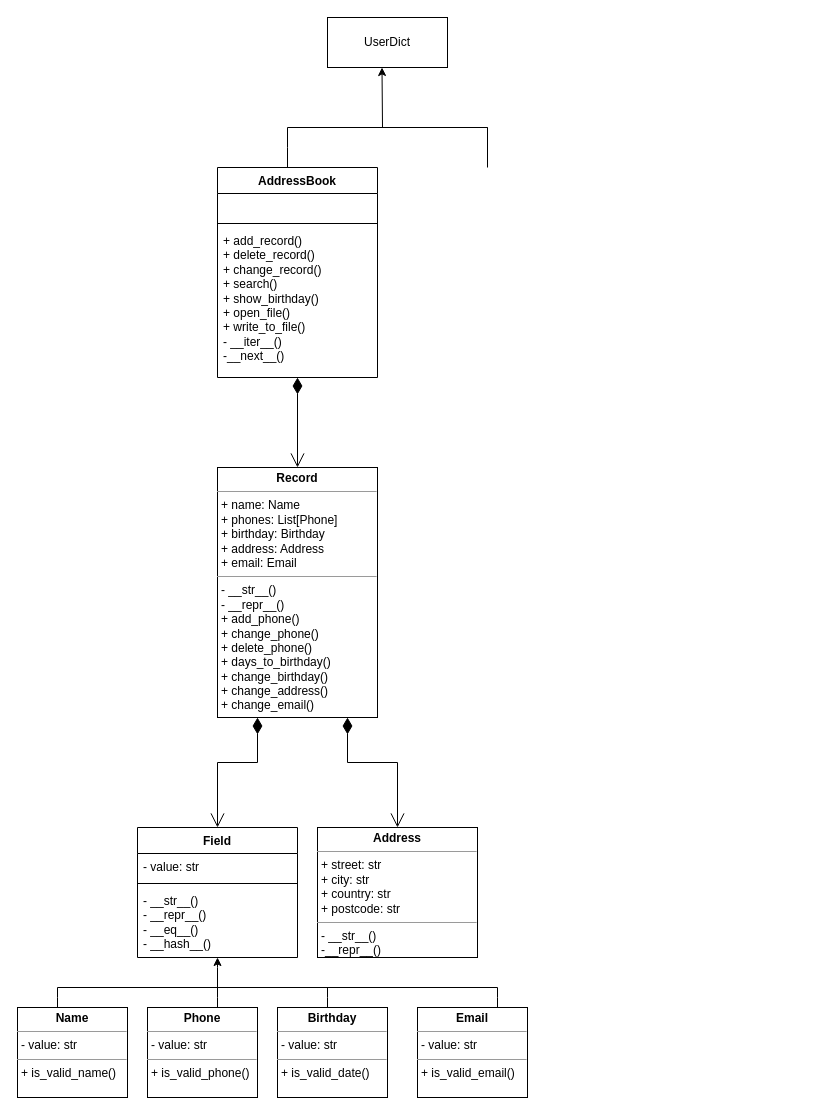
Before: Діаграма без назви.drawio in Volodymyr-Hokh/goit-web-hw-01, a draw.io diagram. Source tidied: cells renumbered, new cells numbered last; positions are measured from the earlier drawing's top-left corner, leaving out a move shared by most shapes. Both pictures are drawn from the tidied source at 100%, with x=0, y=0 at pixel (17, 17).
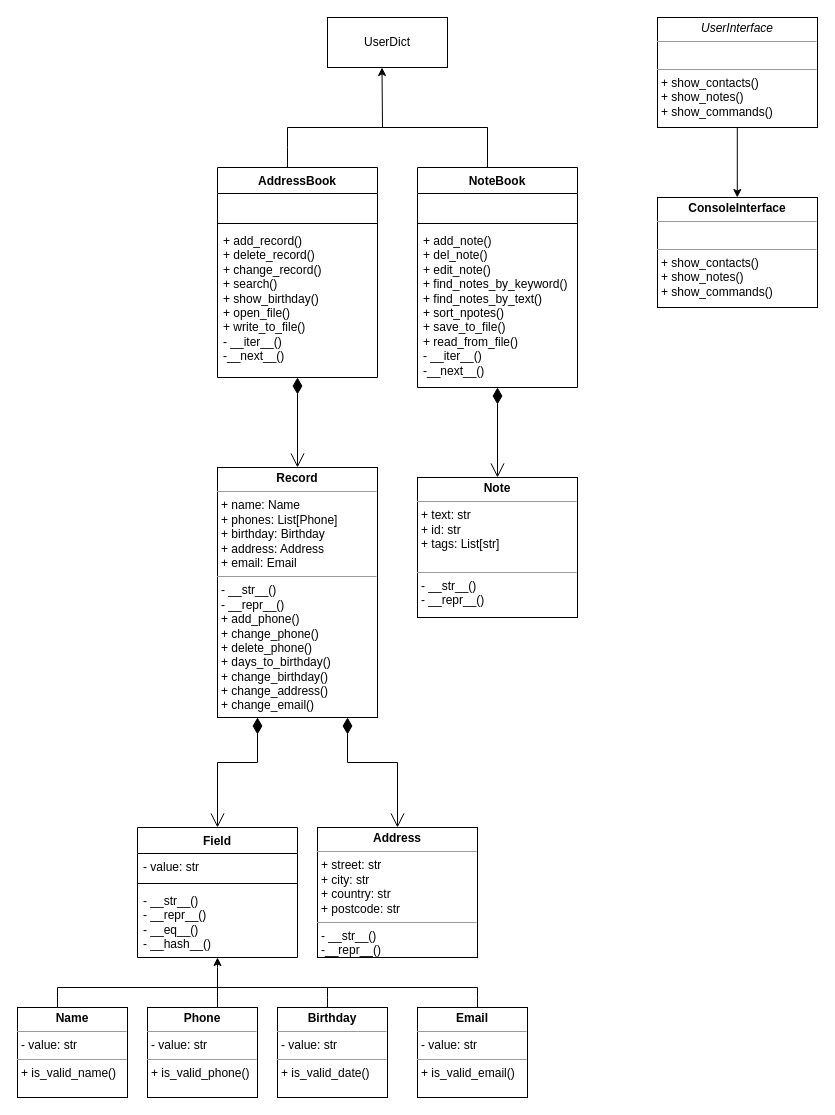
After the change.

The edit, as a diff of the source:
```diff
@@
     <mxCell id="24" style="endArrow=none;html=1;rounded=0;" parent="1" edge="1">
       <mxGeometry relative="1" as="geometry">
         <mxPoint x="40" y="970" as="sourcePoint" />
-        <mxPoint x="480" y="970" as="targetPoint" />
+        <mxPoint x="460" y="970" as="targetPoint" />
       </mxGeometry>
     </mxCell>
@@
     <mxCell id="28" style="endArrow=none;html=1;rounded=0;" parent="1" edge="1">
       <mxGeometry relative="1" as="geometry">
-        <mxPoint x="480" y="990" as="sourcePoint" />
-        <mxPoint x="480" y="970" as="targetPoint" />
+        <mxPoint x="460" y="990" as="sourcePoint" />
+        <mxPoint x="460" y="970" as="targetPoint" />
         <Array as="points">
-          <mxPoint x="480" y="990" />
-          <mxPoint x="480" y="980" />
+          <mxPoint x="460" y="990" />
+          <mxPoint x="460" y="980" />
         </Array>
       </mxGeometry>
     </mxCell>
+    <mxCell id="29" value="NoteBook" style="swimlane;fontStyle=1;align=center;verticalAlign=top;horizontal=1;startSize=26;whiteSpace=wrap;html=1;" parent="1" vertex="1">
+      <mxGeometry x="400" y="150" width="160" height="220" as="geometry" />
+    </mxCell>
+    <mxCell id="30" value="&lt;br&gt;" style="text;strokeColor=none;fillColor=none;align=left;verticalAlign=top;spacingLeft=4;spacingRight=4;overflow=hidden;whiteSpace=wrap;html=1;" parent="29" vertex="1">
+      <mxGeometry y="26" width="160" height="26" as="geometry" />
+    </mxCell>
+    <mxCell id="31" style="line;strokeWidth=1;fillColor=none;align=left;verticalAlign=middle;spacingTop=-1;spacingLeft=3;spacingRight=3;labelPosition=right;strokeColor=inherit;" parent="29" vertex="1">
+      <mxGeometry y="52" width="160" height="8" as="geometry" />
+    </mxCell>
+    <mxCell id="32" value="+ add_note()&lt;br&gt;+ del_note()&lt;br&gt;+ edit_note()&lt;br&gt;+&amp;nbsp;find_notes_by_keyword&lt;span style=&quot;background-color: initial;&quot;&gt;()&lt;/span&gt;&lt;br&gt;+&amp;nbsp;find_notes_by_text&lt;span style=&quot;background-color: initial;&quot;&gt;()&lt;/span&gt;&lt;br&gt;+ sort_npotes()&lt;br&gt;+&amp;nbsp;save_to_file&lt;span style=&quot;background-color: initial;&quot;&gt;()&lt;br&gt;&lt;/span&gt;+&amp;nbsp;read_from_file&lt;span style=&quot;background-color: initial;&quot;&gt;()&lt;/span&gt;&lt;br&gt;- __iter__()&lt;br&gt;-__next__()" style="text;strokeColor=none;fillColor=none;align=left;verticalAlign=top;spacingLeft=4;spacingRight=4;overflow=hidden;whiteSpace=wrap;html=1;" parent="29" vertex="1">
+      <mxGeometry y="60" width="160" height="160" as="geometry" />
+    </mxCell>
+    <mxCell id="33" style="endArrow=open;html=1;endSize=12;startArrow=diamondThin;startSize=14;startFill=1;edgeStyle=orthogonalEdgeStyle;align=left;verticalAlign=bottom;rounded=0;" parent="1" edge="1">
+      <mxGeometry x="-1" y="3" relative="1" as="geometry">
+        <mxPoint x="480" y="370" as="sourcePoint" />
+        <mxPoint x="480" y="460" as="targetPoint" />
+      </mxGeometry>
+    </mxCell>
+    <mxCell id="34" value="&lt;p style=&quot;margin:0px;margin-top:4px;text-align:center;&quot;&gt;&lt;b&gt;Note&lt;/b&gt;&lt;/p&gt;&lt;hr size=&quot;1&quot;&gt;&lt;p style=&quot;margin:0px;margin-left:4px;&quot;&gt;+ text: str&lt;/p&gt;&lt;p style=&quot;margin:0px;margin-left:4px;&quot;&gt;+ id: str&lt;br&gt;&lt;/p&gt;&lt;p style=&quot;margin:0px;margin-left:4px;&quot;&gt;+ tags: List[str]&lt;br&gt;&lt;/p&gt;&lt;p style=&quot;margin:0px;margin-left:4px;&quot;&gt;&lt;br&gt;&lt;/p&gt;&lt;hr size=&quot;1&quot;&gt;&lt;p style=&quot;margin:0px;margin-left:4px;&quot;&gt;- __str__()&lt;/p&gt;&lt;p style=&quot;margin:0px;margin-left:4px;&quot;&gt;- __repr__()&lt;br&gt;&lt;/p&gt;&lt;p style=&quot;margin:0px;margin-left:4px;&quot;&gt;&lt;br&gt;&lt;/p&gt;&lt;p style=&quot;margin:0px;margin-left:4px;&quot;&gt;&lt;br&gt;&lt;/p&gt;" style="verticalAlign=top;align=left;overflow=fill;fontSize=12;fontFamily=Helvetica;html=1;whiteSpace=wrap;" parent="1" vertex="1">
+      <mxGeometry x="400" y="460" width="160" height="140" as="geometry" />
+    </mxCell>
+    <mxCell id="35" value="&lt;p style=&quot;margin:0px;margin-top:4px;text-align:center;&quot;&gt;&lt;i style=&quot;&quot;&gt;UserInterface&lt;/i&gt;&lt;/p&gt;&lt;hr size=&quot;1&quot;&gt;&lt;p style=&quot;margin:0px;margin-left:4px;&quot;&gt;&lt;br&gt;&lt;/p&gt;&lt;hr size=&quot;1&quot;&gt;&lt;p style=&quot;margin:0px;margin-left:4px;&quot;&gt;+ show_contacts()&lt;/p&gt;&lt;p style=&quot;margin:0px;margin-left:4px;&quot;&gt;+ show_notes()&lt;br&gt;&lt;/p&gt;&lt;p style=&quot;margin:0px;margin-left:4px;&quot;&gt;+ show_commands()&lt;br&gt;&lt;/p&gt;" style="verticalAlign=top;align=left;overflow=fill;fontSize=12;fontFamily=Helvetica;html=1;whiteSpace=wrap;" parent="1" vertex="1">
+      <mxGeometry x="640" width="160" height="110" as="geometry" />
+    </mxCell>
+    <mxCell id="36" style="endArrow=classic;html=1;rounded=0;" parent="1" edge="1">
+      <mxGeometry relative="1" as="geometry">
+        <mxPoint x="719.8" y="110" as="sourcePoint" />
+        <mxPoint x="719.8" y="180" as="targetPoint" />
+      </mxGeometry>
+    </mxCell>
+    <mxCell id="37" value="&lt;p style=&quot;margin:0px;margin-top:4px;text-align:center;&quot;&gt;&lt;b&gt;ConsoleInterface&lt;/b&gt;&lt;/p&gt;&lt;hr size=&quot;1&quot;&gt;&lt;p style=&quot;margin:0px;margin-left:4px;&quot;&gt;&lt;br&gt;&lt;/p&gt;&lt;hr size=&quot;1&quot;&gt;&lt;p style=&quot;margin:0px;margin-left:4px;&quot;&gt;+ show_contacts()&lt;/p&gt;&lt;p style=&quot;margin:0px;margin-left:4px;&quot;&gt;+ show_notes()&lt;br&gt;&lt;/p&gt;&lt;p style=&quot;margin:0px;margin-left:4px;&quot;&gt;+ show_commands()&lt;br&gt;&lt;/p&gt;" style="verticalAlign=top;align=left;overflow=fill;fontSize=12;fontFamily=Helvetica;html=1;whiteSpace=wrap;" parent="1" vertex="1">
+      <mxGeometry x="640" y="180" width="160" height="110" as="geometry" />
+    </mxCell>
```
